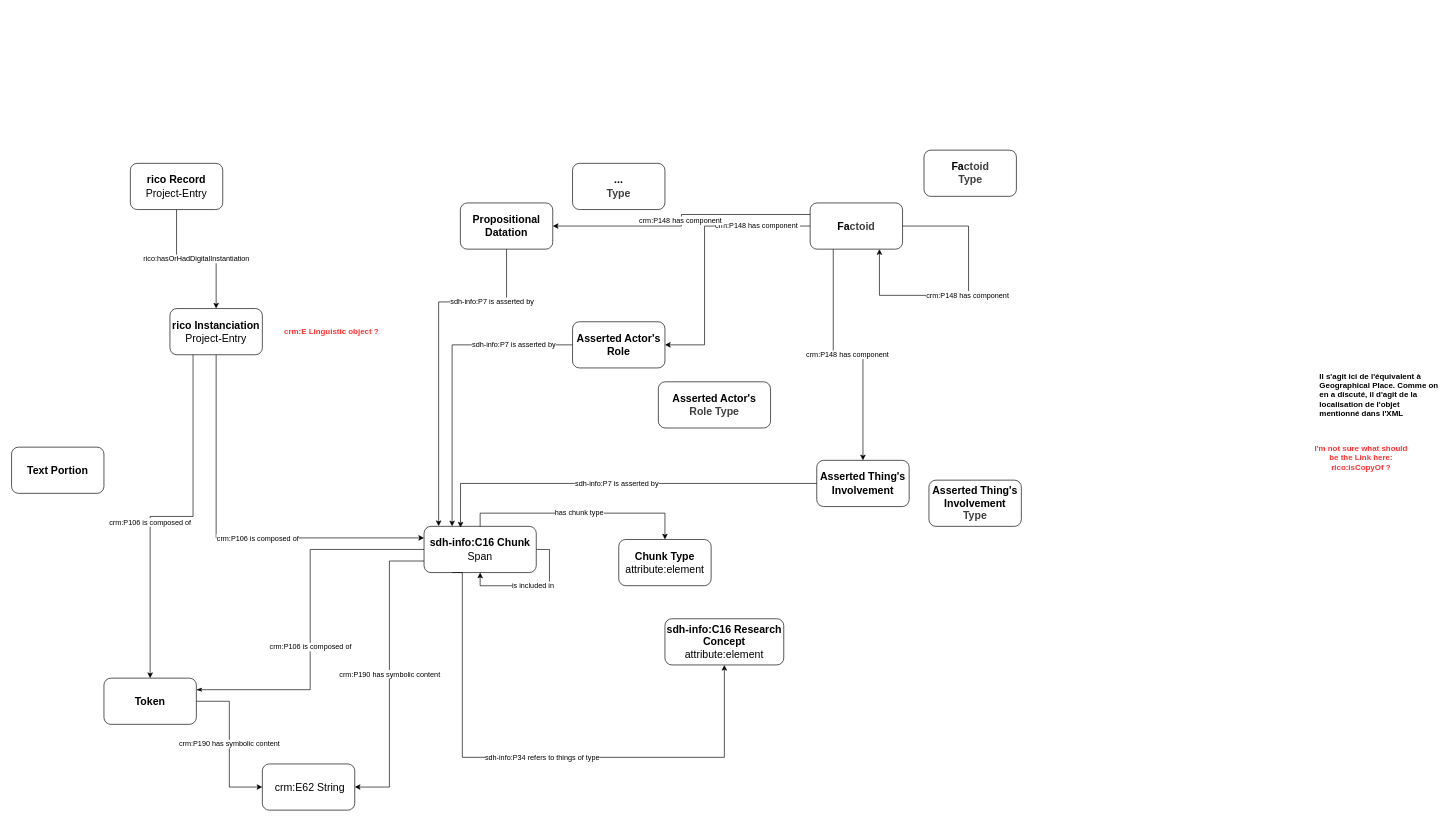
This is documentation/spans_events_mapping.drawio from history-unibas/economies-of-space-lod, a draw.io file, before an edit. Source tidied: cells renumbered, new cells numbered last; positions are measured from the earlier drawing's top-left corner, leaving out a move shared by most shapes. Both pictures are drawn from the tidied source at 66%, with x=0, y=0 at pixel (11, 150).
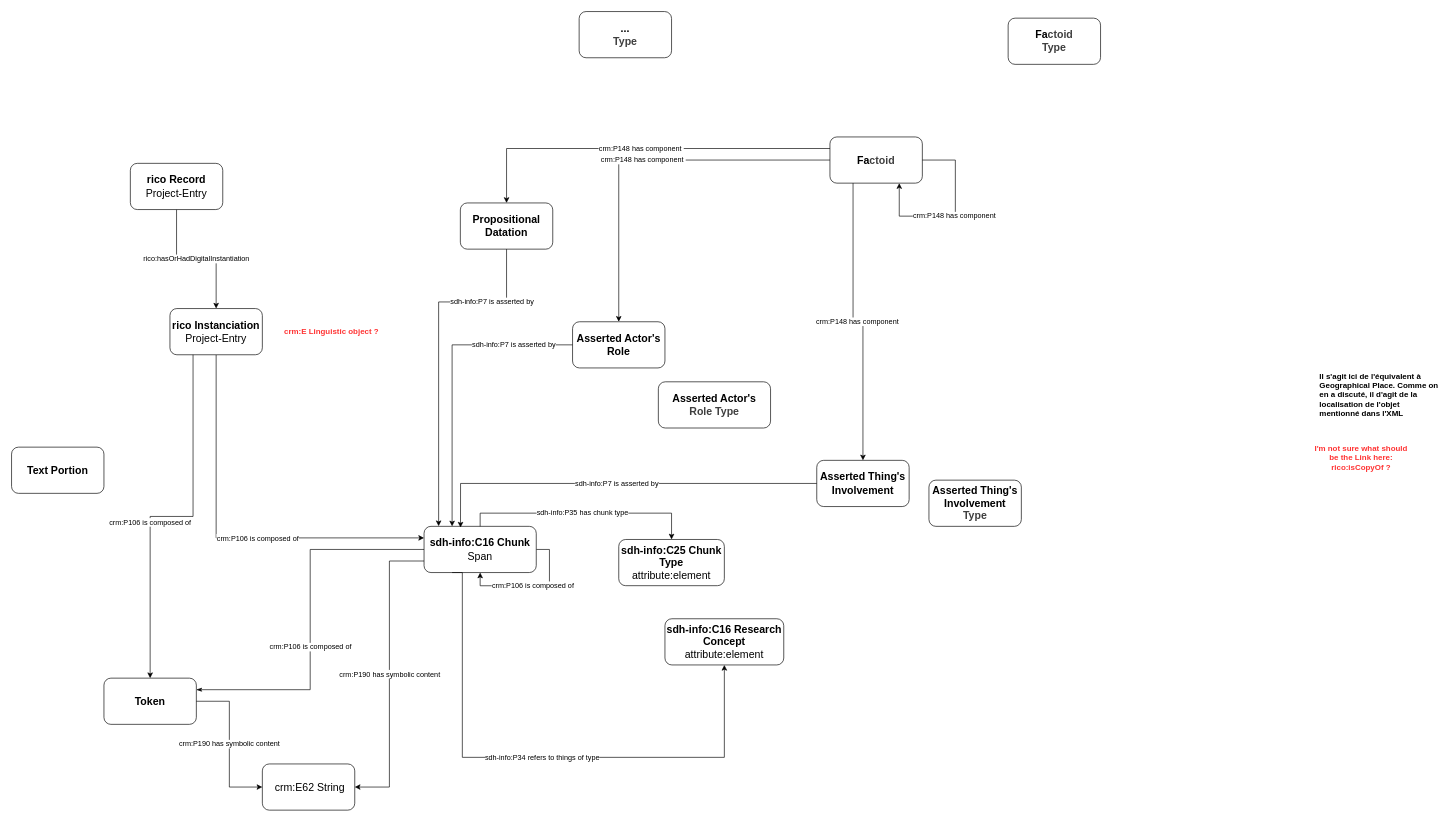
The same diagram, later.

Commit message (it also covers changes not shown here):
ontology mapping and r2rml started

The change refers to these unchanged cells:
```xml
<mxCell id="4" value="sdh-info:C16 Chunk&lt;div&gt;&lt;span style=&quot;font-weight: normal;&quot;&gt;Span&lt;/span&gt;&lt;/div&gt;" style="rounded=1;whiteSpace=wrap;html=1;fillColor=#ffffff;fontSize=16;fontStyle=1;" parent="1" vertex="1">
  <mxGeometry x="625" y="570" width="170" height="70" as="geometry" />
</mxCell>
<mxCell id="18" value="Asserted Actor's&lt;div&gt;Role&lt;/div&gt;" style="rounded=1;whiteSpace=wrap;html=1;fillColor=#ffffff;fontSize=16;fontStyle=1;" parent="1" vertex="1">
  <mxGeometry x="850" y="260" width="140" height="70" as="geometry" />
</mxCell>
<mxCell id="20" value="Propositional&lt;div&gt;Datation&lt;/div&gt;" style="rounded=1;whiteSpace=wrap;html=1;fillColor=#ffffff;fontSize=16;fontStyle=1;" parent="1" vertex="1">
  <mxGeometry x="680" y="80" width="140" height="70" as="geometry" />
</mxCell>
```

Change to the diagram source:
```diff
@@
-    <mxCell id="2" value="is included in" style="edgeStyle=orthogonalEdgeStyle;rounded=0;orthogonalLoop=1;jettySize=auto;html=1;exitX=1;exitY=0.5;exitDx=0;exitDy=0;entryX=0.5;entryY=1;entryDx=0;entryDy=0;" parent="1" edge="1" source="4" target="4">
+    <mxCell id="2" value="&lt;span style=&quot;color: rgb(0, 0, 0);&quot;&gt;crm:P106 is composed of&lt;/span&gt;" style="edgeStyle=orthogonalEdgeStyle;rounded=0;orthogonalLoop=1;jettySize=auto;html=1;exitX=1;exitY=0.5;exitDx=0;exitDy=0;entryX=0.5;entryY=1;entryDx=0;entryDy=0;" parent="1" edge="1" source="4" target="4">
       <mxGeometry relative="1" as="geometry" />
     </mxCell>
@@
     <mxCell id="14" value="Fa&lt;span style=&quot;color: rgb(63, 63, 63); background-color: transparent;&quot;&gt;ctoid&lt;/span&gt;" style="rounded=1;whiteSpace=wrap;html=1;fillColor=#ffffff;fontSize=16;fontStyle=1;" parent="1" vertex="1">
-      <mxGeometry x="1210" y="80" width="140" height="70" as="geometry" />
+      <mxGeometry x="1240" y="-20" width="140" height="70" as="geometry" />
     </mxCell>
@@
     <mxCell id="17" value="Fa&lt;span style=&quot;color: rgb(63, 63, 63); background-color: transparent;&quot;&gt;ctoid&lt;/span&gt;&lt;div&gt;&lt;span style=&quot;color: rgb(63, 63, 63); background-color: transparent;&quot;&gt;Type&lt;/span&gt;&lt;/div&gt;" style="rounded=1;whiteSpace=wrap;html=1;fillColor=#ffffff;fontSize=16;fontStyle=1;" parent="1" vertex="1">
-      <mxGeometry x="1382.5" width="140" height="70" as="geometry" />
+      <mxGeometry x="1510" y="-200" width="140" height="70" as="geometry" />
     </mxCell>
@@
     <mxCell id="21" value="...&lt;br&gt;&lt;div&gt;&lt;span style=&quot;color: rgb(63, 63, 63); background-color: transparent;&quot;&gt;Type&lt;/span&gt;&lt;/div&gt;" style="rounded=1;whiteSpace=wrap;html=1;fillColor=#ffffff;fontSize=16;fontStyle=1;" parent="1" vertex="1">
-      <mxGeometry x="850" y="20" width="140" height="70" as="geometry" />
+      <mxGeometry x="860" y="-210" width="140" height="70" as="geometry" />
     </mxCell>
-    <mxCell id="22" value="Chunk Type&lt;div&gt;&lt;span style=&quot;font-weight: normal;&quot;&gt;attribute:element&lt;/span&gt;&lt;/div&gt;" style="rounded=1;whiteSpace=wrap;html=1;fillColor=#ffffff;fontSize=16;fontStyle=1;" parent="1" vertex="1">
-      <mxGeometry x="920" y="589.9" width="140" height="70" as="geometry" />
+    <mxCell id="22" value="&lt;span style=&quot;color: rgb(0, 0, 0);&quot;&gt;sdh-info:C25&amp;nbsp;&lt;/span&gt;Chunk Type&lt;div&gt;&lt;span style=&quot;font-weight: normal;&quot;&gt;attribute:element&lt;/span&gt;&lt;/div&gt;" style="rounded=1;whiteSpace=wrap;html=1;fillColor=#ffffff;fontSize=16;fontStyle=1;" parent="1" vertex="1">
+      <mxGeometry x="920" y="589.9" width="160" height="70" as="geometry" />
     </mxCell>
-    <mxCell id="23" value="has chunk type" style="edgeStyle=orthogonalEdgeStyle;rounded=0;jettySize=auto;html=1;exitX=0.5;exitY=0;exitDx=0;exitDy=0;entryX=0.5;entryY=0;entryDx=0;entryDy=0;" parent="1" edge="1" source="4" target="22">
+    <mxCell id="23" value="sdh-info:P35 has chunk type" style="edgeStyle=orthogonalEdgeStyle;rounded=0;jettySize=auto;html=1;exitX=0.5;exitY=0;exitDx=0;exitDy=0;entryX=0.5;entryY=0;entryDx=0;entryDy=0;" parent="1" edge="1" source="4" target="22">
       <mxGeometry relative="1" as="geometry" />
     </mxCell>
-    <mxCell id="24" value="crm:P148 has component&amp;nbsp;" style="edgeStyle=orthogonalEdgeStyle;rounded=0;jettySize=auto;html=1;exitX=0;exitY=0.5;exitDx=0;exitDy=0;entryX=1;entryY=0.5;entryDx=0;entryDy=0;" parent="1" edge="1" source="14" target="18">
-      <mxGeometry x="-0.6" relative="1" as="geometry">
-        <Array as="points">
-          <mxPoint x="1050" y="115" />
-          <mxPoint x="1050" y="295" />
-        </Array>
-      </mxGeometry>
+    <mxCell id="24" value="crm:P148 has component&amp;nbsp;" style="edgeStyle=orthogonalEdgeStyle;rounded=0;jettySize=auto;html=1;exitX=0;exitY=0.5;exitDx=0;exitDy=0;entryX=0.5;entryY=0;entryDx=0;entryDy=0;" parent="1" edge="1" source="14" target="18">
+      <mxGeometry relative="1" as="geometry" />
     </mxCell>
@@
     <mxCell id="30" value="crm:P148 has component&amp;nbsp;" style="edgeStyle=orthogonalEdgeStyle;rounded=0;orthogonalLoop=1;jettySize=auto;html=1;exitX=1;exitY=0.5;exitDx=0;exitDy=0;entryX=0.75;entryY=1;entryDx=0;entryDy=0;" parent="1" edge="1" source="14" target="14">
       <mxGeometry relative="1" as="geometry">
         <Array as="points">
-          <mxPoint x="1450" y="115" />
-          <mxPoint x="1450" y="220" />
-          <mxPoint x="1315" y="220" />
+          <mxPoint x="1430" y="15" />
+          <mxPoint x="1430" y="100" />
+          <mxPoint x="1345" y="100" />
         </Array>
       </mxGeometry>
     </mxCell>
@@
-    <mxCell id="35" value="crm:P148 has component&amp;nbsp;" style="edgeStyle=orthogonalEdgeStyle;rounded=0;jettySize=auto;html=1;exitX=0;exitY=0.25;exitDx=0;exitDy=0;entryX=1;entryY=0.5;entryDx=0;entryDy=0;" parent="1" edge="1" source="14" target="20">
+    <mxCell id="35" value="crm:P148 has component&amp;nbsp;" style="edgeStyle=orthogonalEdgeStyle;rounded=0;jettySize=auto;html=1;exitX=0;exitY=0.25;exitDx=0;exitDy=0;entryX=0.5;entryY=0;entryDx=0;entryDy=0;" parent="1" edge="1" source="14" target="20">
       <mxGeometry relative="1" as="geometry" />
     </mxCell>
```
